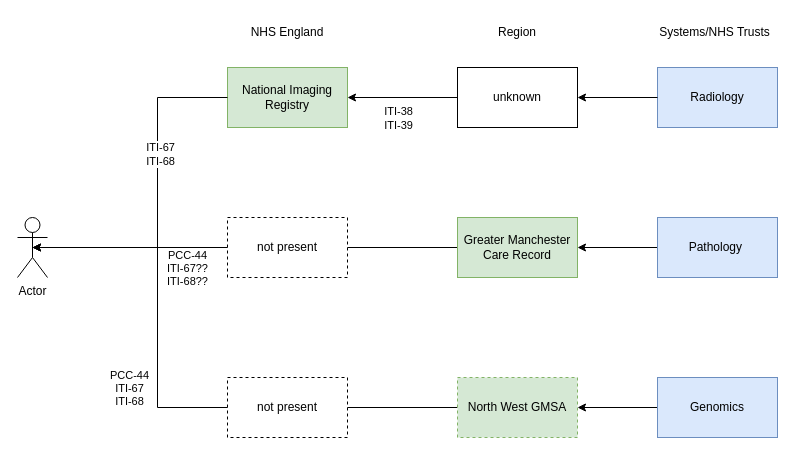
Before: DrawIo/GM.drawio in nw-gmsa/nw-gmsa.github.com, a draw.io diagram. Source tidied: cells renumbered, new cells numbered last; positions are measured from the earlier drawing's top-left corner, leaving out a move shared by most shapes. Both pictures are drawn from the tidied source at 100%, with x=0, y=0 at pixel (17, 17).
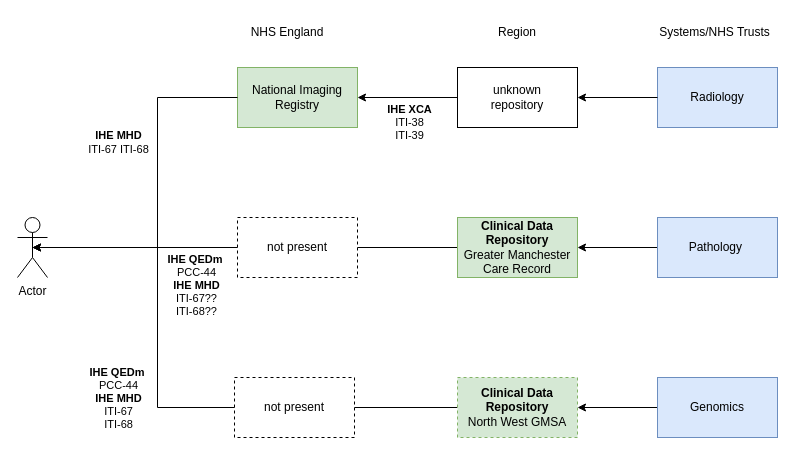
Above is the later version.

Commit message (it also covers changes not shown here):
split QEDm to add MHD

The change refers to these unchanged cells:
```xml
<mxCell id="2" style="edgeStyle=orthogonalEdgeStyle;rounded=0;jettySize=auto;html=1;" parent="1" edge="1" source="18" target="12">
  <mxGeometry relative="1" as="geometry" />
</mxCell>
<mxCell id="5" style="edgeStyle=orthogonalEdgeStyle;rounded=0;jettySize=auto;html=1;entryX=0.5;entryY=0.5;entryDx=0;entryDy=0;entryPerimeter=0;" parent="1" edge="1" source="7" target="14">
  <mxGeometry relative="1" as="geometry" />
</mxCell>
<mxCell id="8" style="edgeStyle=orthogonalEdgeStyle;rounded=0;jettySize=auto;html=1;entryX=0.5;entryY=0.5;entryDx=0;entryDy=0;entryPerimeter=0;" parent="1" edge="1" source="10" target="14">
  <mxGeometry relative="1" as="geometry">
    <Array as="points">
      <mxPoint x="140" y="390" />
      <mxPoint x="140" y="230" />
    </Array>
  </mxGeometry>
</mxCell>
<mxCell id="15" style="edgeStyle=orthogonalEdgeStyle;rounded=0;jettySize=auto;html=1;entryX=0.5;entryY=0.5;entryDx=0;entryDy=0;entryPerimeter=0;" parent="1" edge="1" source="12" target="14">
  <mxGeometry relative="1" as="geometry">
    <Array as="points">
      <mxPoint x="140" y="80" />
      <mxPoint x="140" y="230" />
    </Array>
  </mxGeometry>
</mxCell>
```

What changed in the source:
```diff
@@
-    <mxCell id="3" value="ITI-38&lt;br&gt;ITI-39" style="edgeLabel;html=1;align=center;verticalAlign=middle;" parent="2" vertex="1">
+    <mxCell id="3" value="&lt;b&gt;IHE XCA&lt;/b&gt;&lt;br&gt;ITI-38&lt;br&gt;ITI-39" style="edgeLabel;html=1;align=center;verticalAlign=middle;" parent="2" vertex="1">
       <mxGeometry x="-0.15" y="1" relative="1" as="geometry">
-        <mxPoint x="-13" y="19" as="offset" />
+        <mxPoint x="-6" y="23" as="offset" />
       </mxGeometry>
     </mxCell>
@@
-    <mxCell id="6" value="PCC-44&lt;br&gt;ITI-67??&lt;br&gt;ITI-68??" style="edgeLabel;html=1;align=center;verticalAlign=middle;" parent="5" vertex="1">
+    <mxCell id="6" value="&lt;b&gt;IHE QEDm&lt;/b&gt;&amp;nbsp;&lt;div&gt;PCC-44&lt;br&gt;&lt;b&gt;IHE MHD&lt;/b&gt;&lt;br&gt;ITI-67??&lt;br&gt;ITI-68??&lt;/div&gt;" style="edgeLabel;html=1;align=center;verticalAlign=middle;" parent="5" vertex="1">
       <mxGeometry x="-0.16" y="2" relative="1" as="geometry">
-        <mxPoint x="-92" y="18" as="offset" />
+        <mxPoint x="-83" y="35" as="offset" />
       </mxGeometry>
     </mxCell>
-    <mxCell id="7" value="Greater Manchester Care Record" style="rounded=0;whiteSpace=wrap;html=1;fillColor=#d5e8d4;strokeColor=#82b366;" parent="1" vertex="1">
+    <mxCell id="7" value="&lt;b&gt;Clinical Data Repository&lt;/b&gt;&lt;br&gt;Greater Manchester Care Record" style="rounded=0;whiteSpace=wrap;html=1;fillColor=#d5e8d4;strokeColor=#82b366;" parent="1" vertex="1">
       <mxGeometry x="440" y="200" width="120" height="60" as="geometry" />
     </mxCell>
@@
-    <mxCell id="9" value="PCC-44&lt;br&gt;ITI-67&lt;br&gt;ITI-68" style="edgeLabel;html=1;align=center;verticalAlign=middle;" parent="8" vertex="1">
+    <mxCell id="9" value="&lt;b&gt;IHE QEDm&lt;/b&gt;&amp;nbsp;&lt;div&gt;PCC-44&lt;br&gt;&lt;b&gt;IHE MHD&lt;/b&gt;&lt;br&gt;ITI-67&lt;br&gt;ITI-68&lt;/div&gt;" style="edgeLabel;html=1;align=center;verticalAlign=middle;" parent="8" vertex="1">
       <mxGeometry x="-0.35" y="-1" relative="1" as="geometry">
-        <mxPoint x="-139" y="-19" as="offset" />
+        <mxPoint x="-150" y="-9" as="offset" />
       </mxGeometry>
     </mxCell>
-    <mxCell id="10" value="North West GMSA" style="rounded=0;whiteSpace=wrap;html=1;fillColor=#d5e8d4;strokeColor=#82b366;dashed=1;" parent="1" vertex="1">
+    <mxCell id="10" value="&lt;b&gt;Clinical Data Repository&lt;/b&gt;&lt;br&gt;North West GMSA" style="rounded=0;whiteSpace=wrap;html=1;fillColor=#d5e8d4;strokeColor=#82b366;dashed=1;" parent="1" vertex="1">
       <mxGeometry x="440" y="360" width="120" height="60" as="geometry" />
     </mxCell>
     <mxCell id="11" value="not present" style="rounded=0;whiteSpace=wrap;html=1;dashed=1;" parent="1" vertex="1">
-      <mxGeometry x="210" y="200" width="120" height="60" as="geometry" />
+      <mxGeometry x="220" y="200" width="120" height="60" as="geometry" />
     </mxCell>
     <mxCell id="12" value="National Imaging Registry" style="rounded=0;whiteSpace=wrap;html=1;fillColor=#d5e8d4;strokeColor=#82b366;" parent="1" vertex="1">
-      <mxGeometry x="210" y="50" width="120" height="60" as="geometry" />
+      <mxGeometry x="220" y="50" width="120" height="60" as="geometry" />
     </mxCell>
     <mxCell id="13" value="not present" style="rounded=0;whiteSpace=wrap;html=1;dashed=1;" parent="1" vertex="1">
-      <mxGeometry x="210" y="360" width="120" height="60" as="geometry" />
+      <mxGeometry x="217" y="360" width="120" height="60" as="geometry" />
     </mxCell>
@@
-    <mxCell id="16" value="ITI-67&lt;br&gt;ITI-68" style="edgeLabel;html=1;align=center;verticalAlign=middle;" parent="15" vertex="1">
-      <mxGeometry x="-0.27" y="2" relative="1" as="geometry" />
+    <mxCell id="16" value="&lt;b&gt;IHE MHD&lt;/b&gt; &lt;br&gt;ITI-67 ITI-68" style="edgeLabel;html=1;align=center;verticalAlign=middle;" parent="15" vertex="1">
+      <mxGeometry x="-0.27" y="2" relative="1" as="geometry">
+        <mxPoint x="-42" y="-6" as="offset" />
+      </mxGeometry>
     </mxCell>
@@
-    <mxCell id="18" value="unknown" style="rounded=0;whiteSpace=wrap;html=1;" parent="1" vertex="1">
+    <mxCell id="18" value="unknown&lt;br&gt;repository" style="rounded=0;whiteSpace=wrap;html=1;" parent="1" vertex="1">
       <mxGeometry x="440" y="50" width="120" height="60" as="geometry" />
     </mxCell>
```
